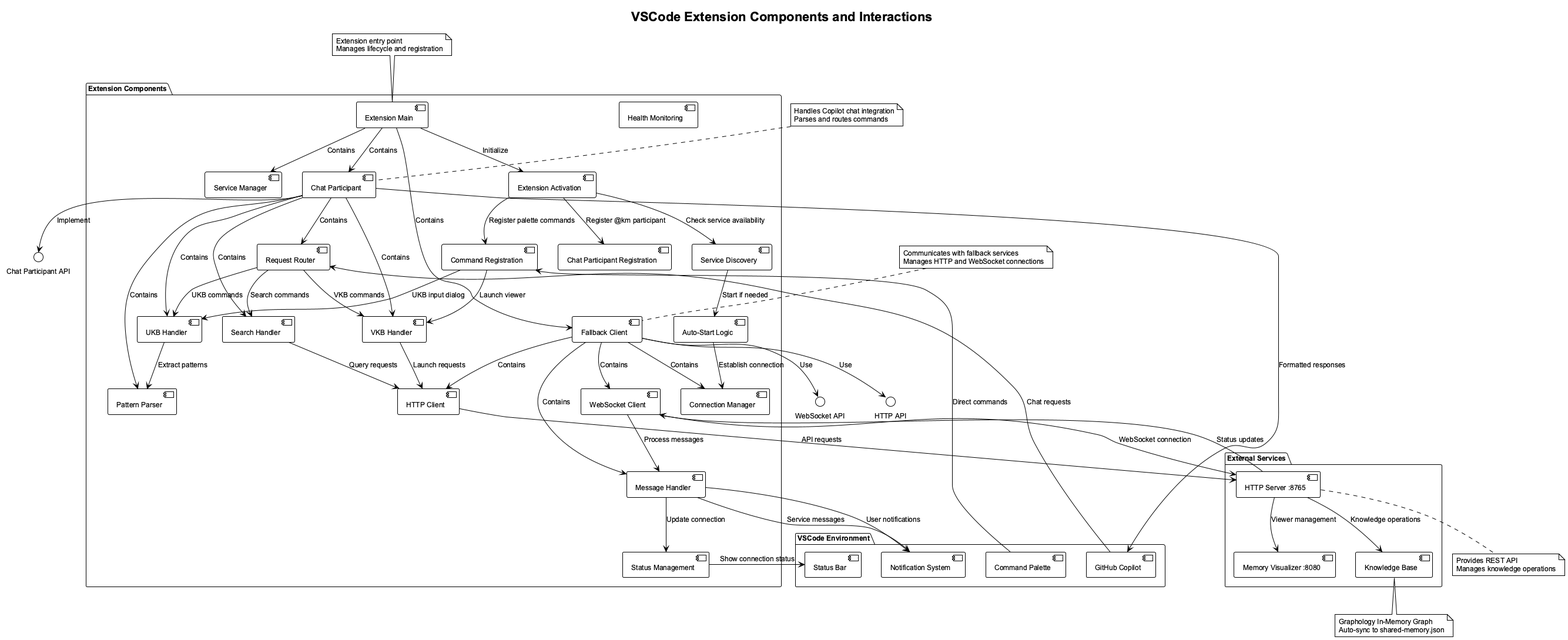
This is docs/images/vscode-component-diagram.png from fwornle/coding, a PlantUML export, as it was before one commit.
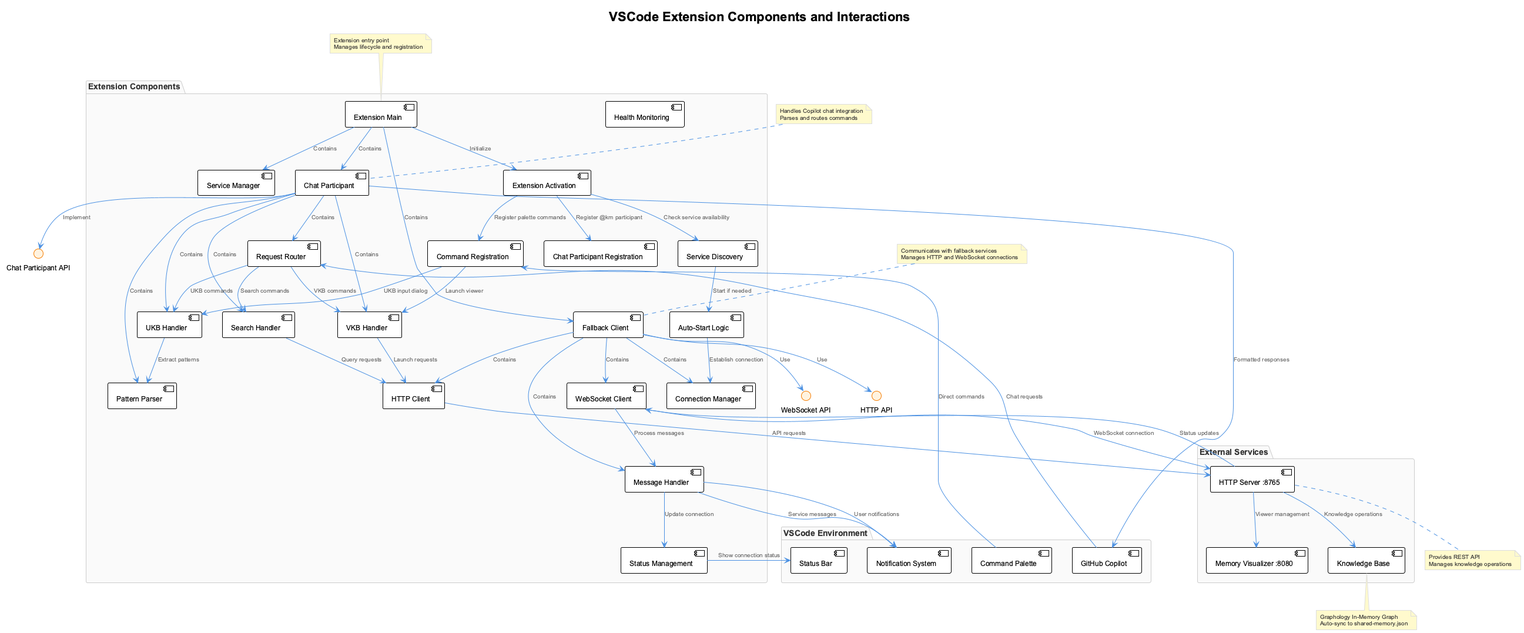
The same diagram one commit later.

The edit, as a diff of the source:
```diff
@@ -1,8 +1,6 @@
 @startuml vscode-component-diagram
-!theme plain
-skinparam backgroundColor white
-skinparam defaultFontName Arial
-skinparam defaultFontSize 12
+!include _standard-style.puml
+
 title VSCode Extension Components and Interactions
 
 package "VSCode Environment" {
```
